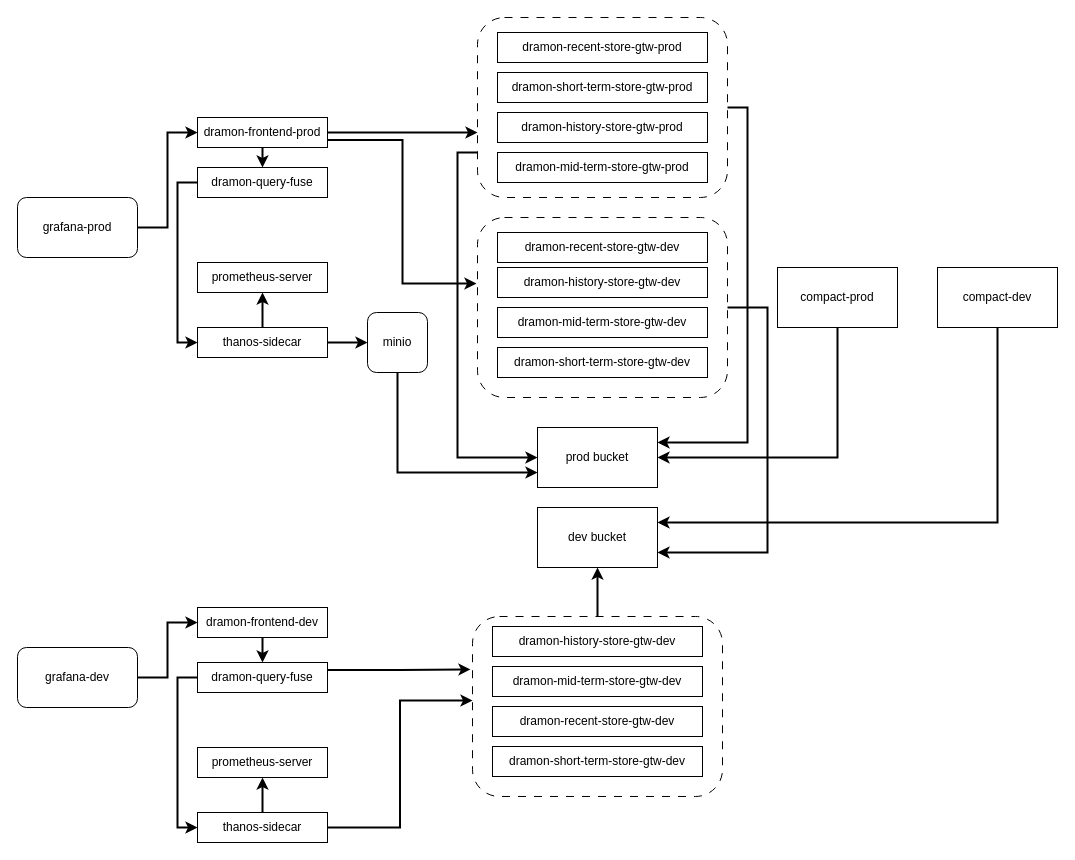
Above: thanos.drawio in woodguest/drawio (draw.io), before the change. Source tidied: cells renumbered, new cells numbered last; positions are measured from the earlier drawing's top-left corner, leaving out a move shared by most shapes. Both pictures are drawn from the tidied source at 100%, with x=0, y=0 at pixel (17, 17).
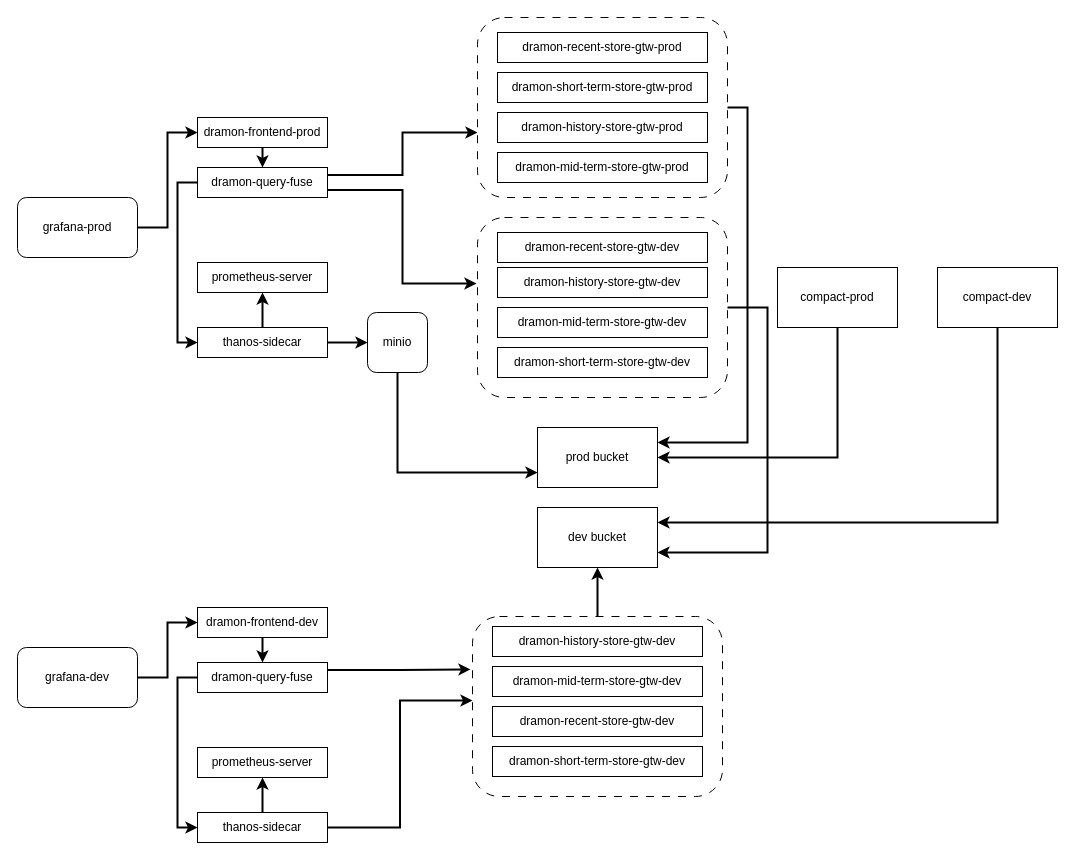
Above is the later version.

Unchanged cells that the change refers to:
```xml
<mxCell id="2" style="group;" parent="1" vertex="1">
  <mxGeometry width="1040" height="825" as="geometry" />
</mxCell>
<mxCell id="4" style="rounded=1;whiteSpace=wrap;html=1;dashed=1;dashPattern=8 8;" parent="2" vertex="1">
  <mxGeometry x="460" y="200" width="250" height="180" as="geometry" />
</mxCell>
<mxCell id="5" style="rounded=1;whiteSpace=wrap;html=1;dashed=1;dashPattern=8 8;" parent="2" vertex="1">
  <mxGeometry x="460" width="250" height="180" as="geometry" />
</mxCell>
<mxCell id="19" value="dramon-frontend-prod" style="rounded=0;whiteSpace=wrap;html=1;" parent="2" vertex="1">
  <mxGeometry x="180" y="100" width="130" height="30" as="geometry" />
</mxCell>
<mxCell id="21" value="dramon-query-fuse" style="rounded=0;whiteSpace=wrap;html=1;" parent="2" vertex="1">
  <mxGeometry x="180" y="150" width="130" height="30" as="geometry" />
</mxCell>
<mxCell id="28" value="prod&amp;nbsp;bucket" style="rounded=0;whiteSpace=wrap;html=1;" parent="2" vertex="1">
  <mxGeometry x="520" y="410" width="120" height="60" as="geometry" />
</mxCell>
```

Change to the diagram source:
```diff
@@
-    <mxCell id="17" style="edgeStyle=orthogonalEdgeStyle;rounded=0;jettySize=auto;html=1;exitX=1;exitY=0.5;exitDx=0;exitDy=0;entryX=0;entryY=0.639;entryDx=0;entryDy=0;entryPerimeter=0;strokeWidth=2;" parent="2" edge="1" source="19" target="5">
+    <mxCell id="17" style="edgeStyle=orthogonalEdgeStyle;rounded=0;jettySize=auto;html=1;exitX=1;exitY=0.25;exitDx=0;exitDy=0;entryX=0;entryY=0.639;entryDx=0;entryDy=0;entryPerimeter=0;strokeWidth=2;" parent="2" edge="1" source="21" target="5">
       <mxGeometry relative="1" as="geometry" />
     </mxCell>
-    <mxCell id="18" style="edgeStyle=orthogonalEdgeStyle;rounded=0;jettySize=auto;html=1;exitX=1;exitY=0.75;exitDx=0;exitDy=0;entryX=-0.004;entryY=0.367;entryDx=0;entryDy=0;entryPerimeter=0;strokeWidth=2;" parent="2" edge="1" source="19" target="4">
+    <mxCell id="18" style="edgeStyle=orthogonalEdgeStyle;rounded=0;jettySize=auto;html=1;exitX=1;exitY=0.75;exitDx=0;exitDy=0;entryX=-0.004;entryY=0.367;entryDx=0;entryDy=0;entryPerimeter=0;strokeWidth=2;" parent="2" edge="1" source="21" target="4">
       <mxGeometry relative="1" as="geometry" />
     </mxCell>
@@
-    <mxCell id="29" style="edgeStyle=orthogonalEdgeStyle;rounded=0;jettySize=auto;html=1;exitX=0;exitY=0.75;exitDx=0;exitDy=0;entryX=0;entryY=0.5;entryDx=0;entryDy=0;strokeWidth=2;" parent="2" edge="1" source="5" target="28">
-      <mxGeometry relative="1" as="geometry" />
-    </mxCell>
```
